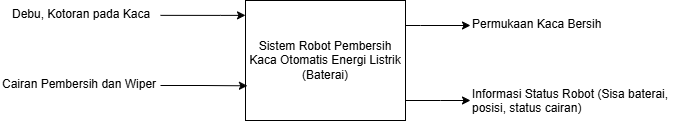
Above: OverallFunction.drawio.png in bryansasa/PPT-Cleaning-Glass-Robot (draw.io), before the change. Source tidied: cells renumbered, new cells last; positions are measured from the earlier drawing's top-left corner, leaving out a move shared by most shapes.
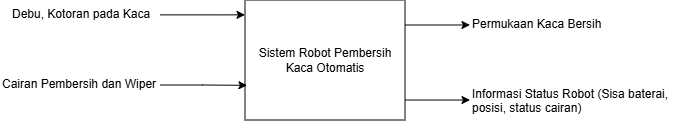
The same diagram one commit later.

The edit, as a diff of the source:
```diff
@@ -2,44 +2,44 @@
   <root>
     <mxCell id="0" />
     <mxCell id="1" parent="0" />
-    <mxCell id="2" style="edgeStyle=orthogonalEdgeStyle;rounded=0;jettySize=auto;html=1;" parent="1" edge="1" source="4" target="10">
-      <mxGeometry relative="1" as="geometry">
-        <Array as="points">
-          <mxPoint x="440" y="100" />
-          <mxPoint x="440" y="100" />
-        </Array>
-      </mxGeometry>
-    </mxCell>
-    <mxCell id="3" style="edgeStyle=orthogonalEdgeStyle;rounded=0;jettySize=auto;html=1;entryX=0;entryY=0.5;entryDx=0;entryDy=0;" parent="1" edge="1" source="4" target="9">
-      <mxGeometry relative="1" as="geometry">
-        <Array as="points">
-          <mxPoint x="420" y="25" />
-          <mxPoint x="420" y="25" />
-        </Array>
-      </mxGeometry>
-    </mxCell>
-    <mxCell id="4" value="Sistem Robot Pembersih Kaca Otomatis Energi Listrik (Baterai)" style="rounded=0;whiteSpace=wrap;html=1;" parent="1" vertex="1">
-      <mxGeometry x="245" width="160" height="120" as="geometry" />
-    </mxCell>
-    <mxCell id="5" style="edgeStyle=orthogonalEdgeStyle;rounded=0;orthogonalLoop=1;jettySize=auto;html=1;" parent="1" edge="1">
-      <mxGeometry relative="1" as="geometry">
-        <mxPoint x="160" y="14.9" as="sourcePoint" />
-        <mxPoint x="245" y="14.9" as="targetPoint" />
-        <Array as="points">
-          <mxPoint x="220" y="14.9" />
-          <mxPoint x="220" y="14.9" />
-        </Array>
-      </mxGeometry>
-    </mxCell>
+    <mxCell id="11" style="edgeStyle=orthogonalEdgeStyle;rounded=0;jettySize=auto;html=1;" parent="1" edge="1" source="13" target="10">
+      <mxGeometry relative="1" as="geometry">
+        <Array as="points">
+          <mxPoint x="440" y="100" />
+          <mxPoint x="440" y="100" />
+        </Array>
+      </mxGeometry>
+    </mxCell>
+    <mxCell id="12" style="edgeStyle=orthogonalEdgeStyle;rounded=0;jettySize=auto;html=1;entryX=0;entryY=0.5;entryDx=0;entryDy=0;" parent="1" edge="1" source="13" target="9">
+      <mxGeometry relative="1" as="geometry">
+        <Array as="points">
+          <mxPoint x="420" y="25" />
+          <mxPoint x="420" y="25" />
+        </Array>
+      </mxGeometry>
+    </mxCell>
+    <mxCell id="13" value="Sistem Robot Pembersih Kaca Otomatis" style="rounded=0;whiteSpace=wrap;html=1;" parent="1" vertex="1">
+      <mxGeometry x="245" width="160" height="120" as="geometry" />
+    </mxCell>
+    <mxCell id="14" style="edgeStyle=orthogonalEdgeStyle;rounded=0;orthogonalLoop=1;jettySize=auto;html=1;" parent="1" edge="1">
+      <mxGeometry relative="1" as="geometry">
+        <mxPoint x="160" y="14.9" as="sourcePoint" />
+        <mxPoint x="245" y="14.9" as="targetPoint" />
+        <Array as="points">
+          <mxPoint x="220" y="14.9" />
+          <mxPoint x="220" y="14.9" />
+        </Array>
+      </mxGeometry>
+    </mxCell>
     <mxCell id="6" value="Debu, Kotoran pada Kaca" style="text;whiteSpace=wrap;html=1;" parent="1" vertex="1">
       <mxGeometry x="10" width="150" height="30" as="geometry" />
     </mxCell>
     <mxCell id="7" value="Cairan Pembersih dan Wiper" style="text;whiteSpace=wrap;html=1;" parent="1" vertex="1">
       <mxGeometry y="70" width="160" height="30" as="geometry" />
     </mxCell>
-    <mxCell id="8" style="edgeStyle=orthogonalEdgeStyle;rounded=0;jettySize=auto;html=1;entryX=0.012;entryY=0.711;entryDx=0;entryDy=0;entryPerimeter=0;" parent="1" edge="1" source="7" target="4">
-      <mxGeometry relative="1" as="geometry" />
-    </mxCell>
+    <mxCell id="15" style="edgeStyle=orthogonalEdgeStyle;rounded=0;jettySize=auto;html=1;entryX=0.012;entryY=0.711;entryDx=0;entryDy=0;entryPerimeter=0;" parent="1" edge="1" source="7" target="13">
+      <mxGeometry relative="1" as="geometry" />
+    </mxCell>
     <mxCell id="9" value="Permukaan Kaca Bersih" style="text;whiteSpace=wrap;html=1;" parent="1" vertex="1">
       <mxGeometry x="470" y="10" width="140" height="30" as="geometry" />
     </mxCell>
```
